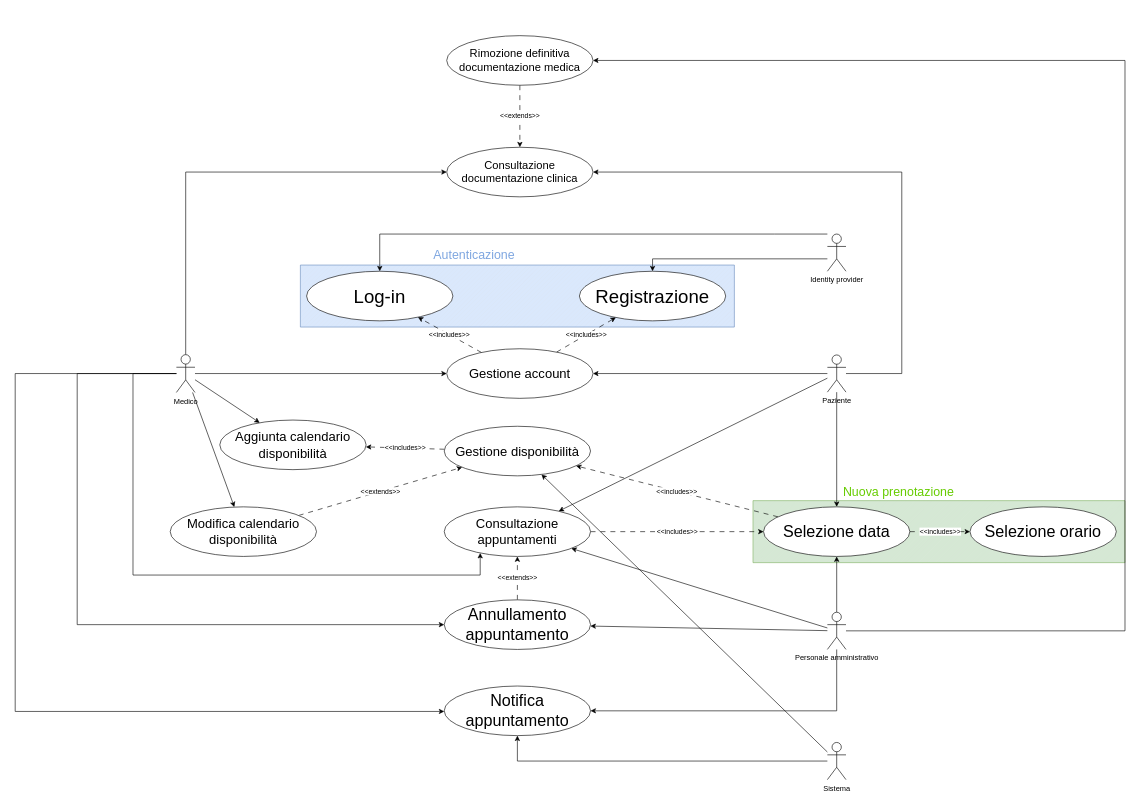
Above: page "caseUse" (1 of 5) of DiagrammiMedSync.drawio in frncscrlnd/MedSync-Sistema-di-Gestione-Appuntamenti-e-Documentazione-Medica (draw.io), before the change. Source tidied: cells renumbered, new cells numbered last; positions are measured from the earlier drawing's top-left corner, leaving out a move shared by most shapes. Both pictures are drawn from the tidied source at 62%, with x=0, y=0 at pixel (15, 35).
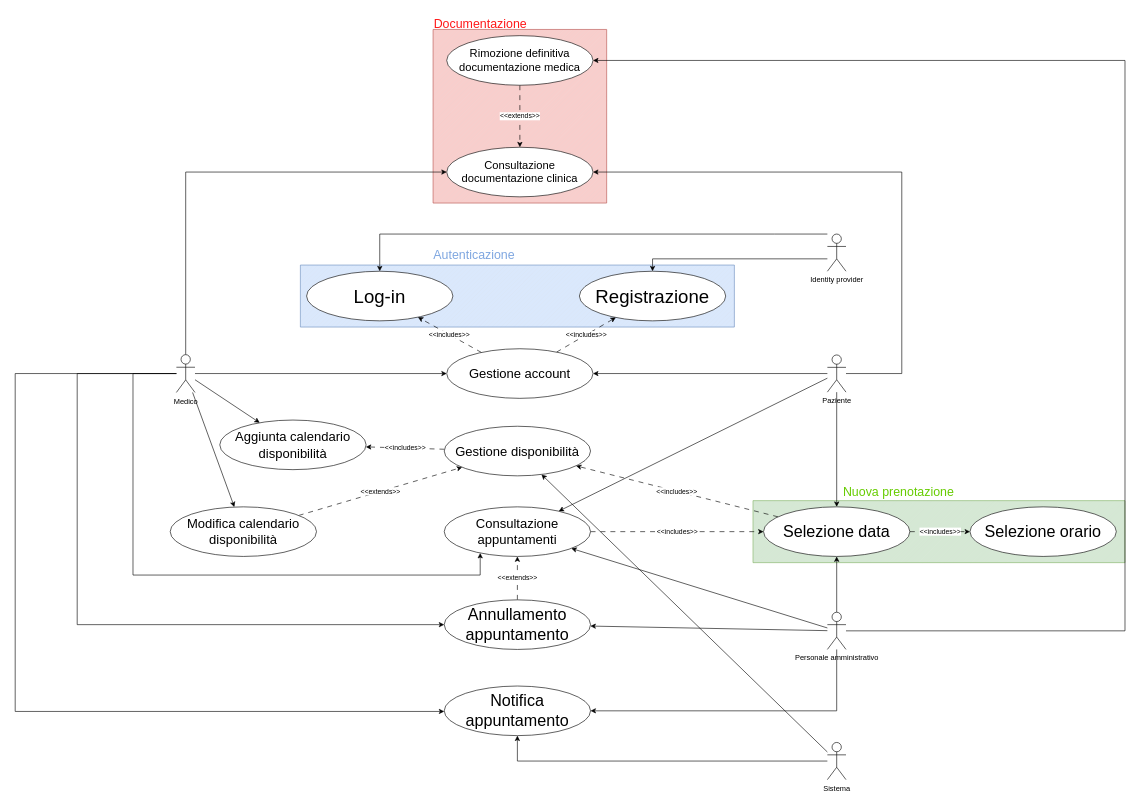
Above is the later version.

Diff of the diagram source:
```diff
@@
+    <mxCell id="53" style="verticalLabelPosition=bottom;verticalAlign=top;html=1;shape=mxgraph.basic.patternFillRect;fillStyle=diag;step=5;fillStrokeWidth=0.2;fillStrokeColor=#dddddd;fillColor=#f8cecc;strokeColor=#b85450;" parent="1" vertex="1">
+      <mxGeometry x="674" y="-10" width="280" height="280" as="geometry" />
+    </mxCell>
@@
+    <mxCell id="54" value="&lt;font style=&quot;font-size: 20px; color: rgb(255, 24, 24);&quot;&gt;Documentazione&lt;/font&gt;" style="text;html=1;align=center;verticalAlign=middle;strokeColor=none;fillColor=none;" parent="1" vertex="1">
+      <mxGeometry x="665" y="-40" width="170" height="40" as="geometry" />
+    </mxCell>
```
